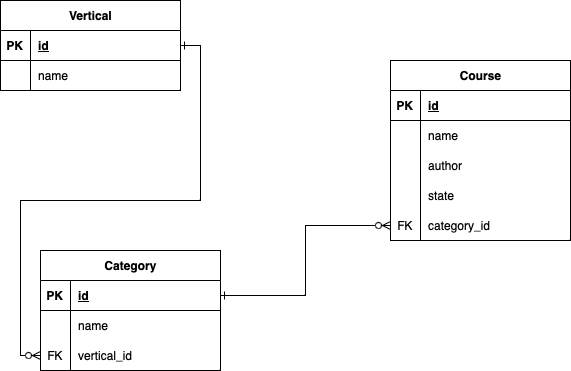
Before: docs/swivel-rails-db.drawio.png, a diagram exported from draw.io (sujeev/swivel-rails). Source tidied: cells renumbered, new cells last; positions are measured from the earlier drawing's top-left corner, leaving out a move shared by most shapes.
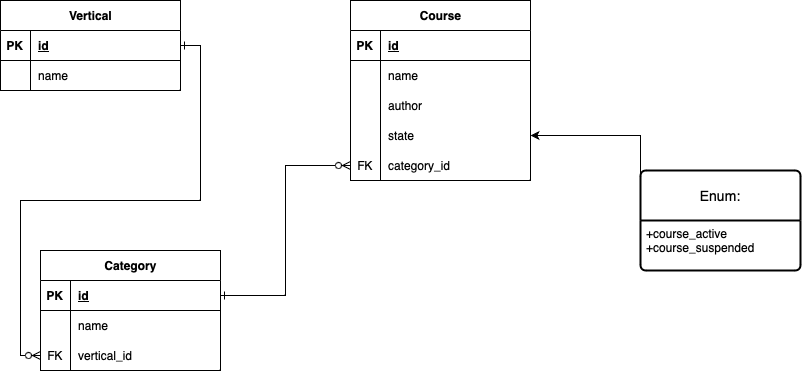
The same file after the commit.

Change to the diagram source:
```diff
@@ -57,7 +57,7 @@
       <mxGeometry relative="1" as="geometry" />
     </mxCell>
     <mxCell id="20" value="Course" style="shape=table;startSize=30;rowLines=0;fontStyle=1;align=center;html=1;" parent="1" vertex="1">
-      <mxGeometry x="390" y="60" width="180" height="180" as="geometry" />
+      <mxGeometry x="350" width="180" height="180" as="geometry" />
     </mxCell>
     <mxCell id="21" style="shape=tableRow;horizontal=0;startSize=0;swimlaneHead=0;swimlaneBody=0;fillColor=none;top=0;left=0;right=0;bottom=1;" parent="20" vertex="1">
       <mxGeometry y="30" width="180" height="30" as="geometry" />
@@ -107,5 +107,17 @@
     <mxCell id="36" style="edgeStyle=orthogonalEdgeStyle;rounded=0;jettySize=auto;html=1;entryX=0;entryY=0.5;entryDx=0;entryDy=0;endArrow=ERzeroToMany;endFill=0;startArrow=ERone;startFill=0;exitX=1;exitY=0.5;exitDx=0;exitDy=0;" parent="1" edge="1" source="10" target="33">
       <mxGeometry relative="1" as="geometry" />
     </mxCell>
+    <mxCell id="37" value="Enum:" style="swimlane;horizontal=1;startSize=50;rounded=1;fontSize=14;fontStyle=0;strokeWidth=2;shadow=0;dashed=0;align=center;arcSize=4;whiteSpace=wrap;html=1;" parent="1" vertex="1">
+      <mxGeometry x="640" y="170" width="160" height="100" as="geometry" />
+    </mxCell>
+    <mxCell id="38" value="+course_active&lt;br&gt;+course_suspended" style="align=left;strokeColor=none;fillColor=none;spacingLeft=4;fontSize=12;verticalAlign=top;html=1;" parent="37" vertex="1">
+      <mxGeometry y="50" width="160" height="50" as="geometry" />
+    </mxCell>
+    <mxCell id="39" style="edgeStyle=orthogonalEdgeStyle;rounded=0;orthogonalLoop=1;jettySize=auto;html=1;exitX=0.5;exitY=1;exitDx=0;exitDy=0;" parent="37" edge="1" source="38" target="38">
+      <mxGeometry relative="1" as="geometry" />
+    </mxCell>
+    <mxCell id="40" style="edgeStyle=orthogonalEdgeStyle;rounded=0;jettySize=auto;html=1;exitX=0;exitY=0;exitDx=0;exitDy=0;entryX=1;entryY=0.5;entryDx=0;entryDy=0;" parent="1" edge="1" source="38" target="30">
+      <mxGeometry relative="1" as="geometry" />
+    </mxCell>
   </root>
 </mxGraphModel>
```
